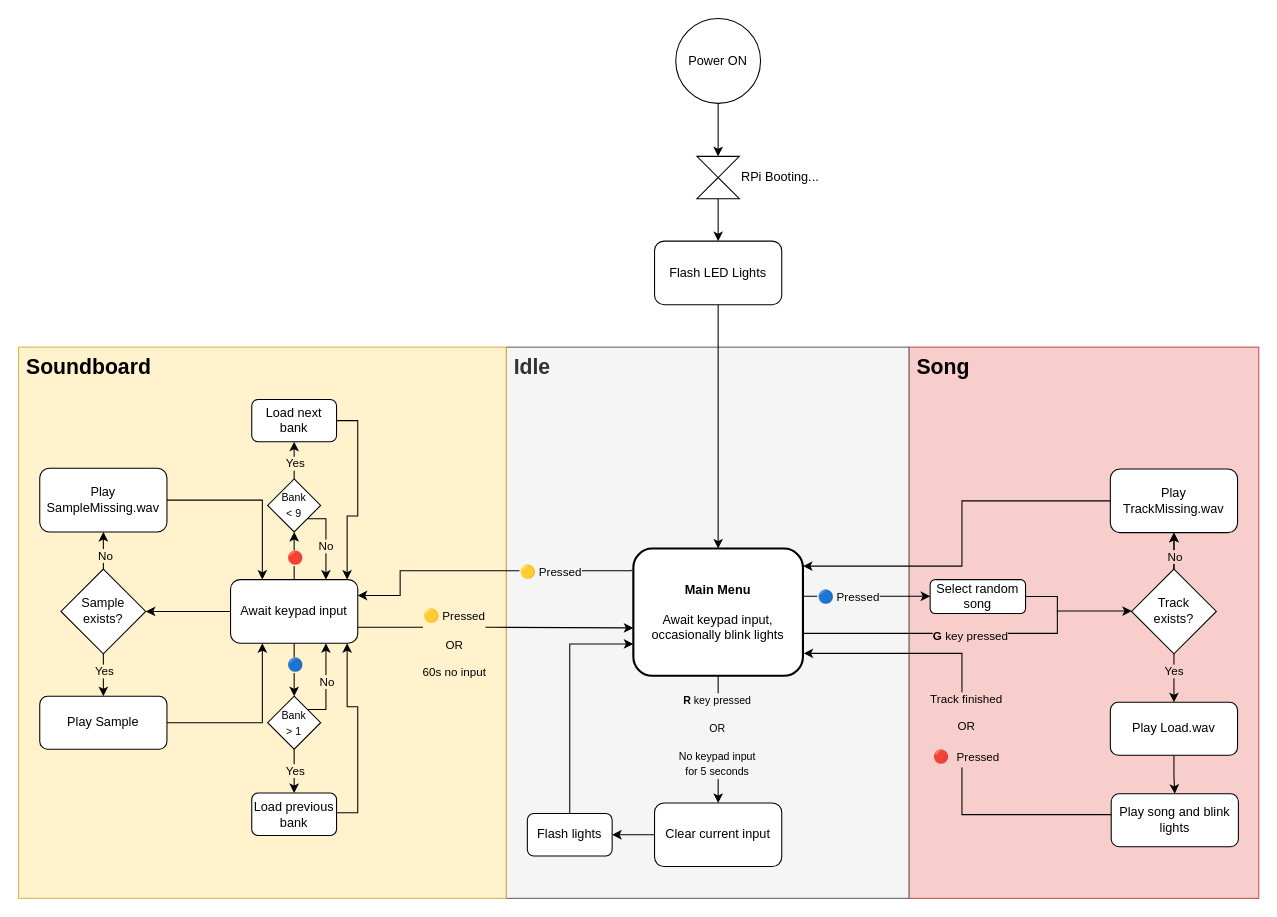
The draw.io diagram Docs/Diag.drawio in TuDo-Makerspace/Jukebox, before the edit. Source tidied: cells renumbered, new cells numbered last; positions are measured from the earlier drawing's top-left corner, leaving out a move shared by most shapes. Both pictures are drawn from the tidied source at 106%, with x=0, y=0 at pixel (18, 18).
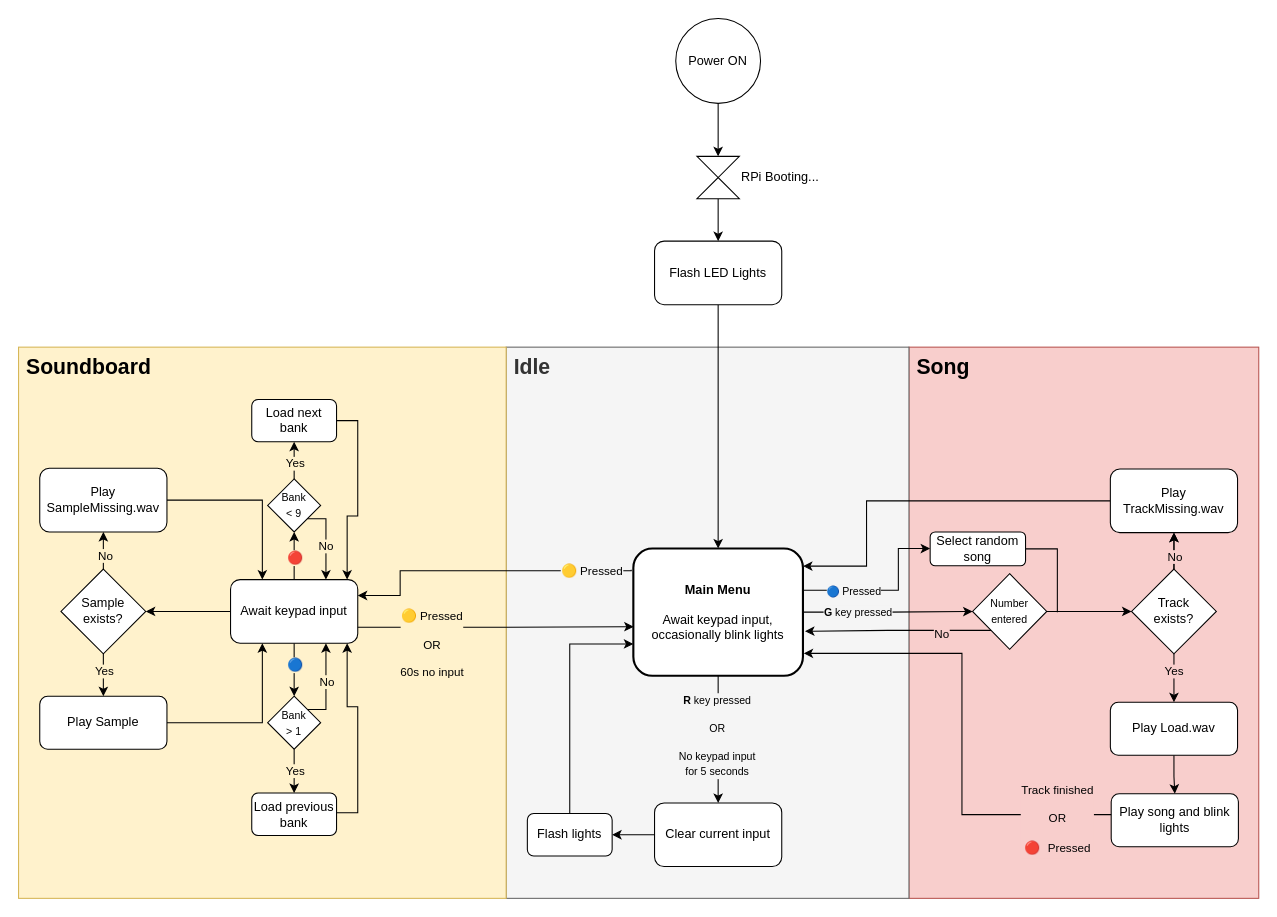
Above is the later version.

Commit message (it also covers changes not shown here):
Docs: Improve flowchart

The change refers to these unchanged cells:
```xml
<mxCell id="11" style="edgeStyle=orthogonalEdgeStyle;rounded=0;jettySize=auto;html=1;entryX=1;entryY=0.25;entryDx=0;entryDy=0;" parent="1" edge="1" target="42">
  <mxGeometry relative="1" as="geometry">
    <mxPoint x="578" y="520" as="sourcePoint" />
    <Array as="points">
      <mxPoint x="578" y="521" />
      <mxPoint x="360" y="521" />
      <mxPoint x="360" y="544" />
    </Array>
  </mxGeometry>
</mxCell>
<mxCell id="15" value="&lt;b&gt;Main Menu&lt;br&gt;&lt;/b&gt;&lt;br&gt;Await keypad input,&lt;div&gt;occasionally blink lights&lt;/div&gt;" style="rounded=1;whiteSpace=wrap;html=1;strokeWidth=2;" parent="1" vertex="1">
  <mxGeometry x="580" y="500" width="160" height="120" as="geometry" />
</mxCell>
<mxCell id="29" value="Track&lt;br&gt;exists?" style="rhombus;whiteSpace=wrap;html=1;" parent="1" vertex="1">
  <mxGeometry x="1050" y="519.3" width="80" height="80" as="geometry" />
</mxCell>
<mxCell id="31" value="Play TrackMissing.wav" style="rounded=1;whiteSpace=wrap;html=1;" parent="1" vertex="1">
  <mxGeometry x="1030" y="425" width="120" height="60" as="geometry" />
</mxCell>
<mxCell id="35" style="edgeStyle=orthogonalEdgeStyle;rounded=0;jettySize=auto;html=1;entryX=1.004;entryY=0.824;entryDx=0;entryDy=0;entryPerimeter=0;" parent="1" edge="1" source="34" target="15">
  <mxGeometry relative="1" as="geometry">
    <Array as="points">
      <mxPoint x="890" y="751" />
      <mxPoint x="890" y="599" />
    </Array>
  </mxGeometry>
</mxCell>
<mxCell id="42" value="Await keypad input" style="rounded=1;whiteSpace=wrap;html=1;" parent="1" vertex="1">
  <mxGeometry x="200" y="529.3" width="120" height="60" as="geometry" />
</mxCell>
```

Diff of the diagram source:
```diff
@@
-    <mxCell id="9" style="edgeStyle=orthogonalEdgeStyle;rounded=0;jettySize=auto;html=1;" parent="1" edge="1" source="15" target="29">
-      <mxGeometry relative="1" as="geometry">
-        <Array as="points">
-          <mxPoint x="980" y="580" />
-          <mxPoint x="980" y="559" />
-        </Array>
-      </mxGeometry>
-    </mxCell>
-    <mxCell id="10" value="&lt;b&gt;G&lt;/b&gt;&amp;nbsp;key pressed" style="edgeLabel;html=1;align=center;verticalAlign=middle;labelBackgroundColor=#F8CECC;" parent="9" vertex="1">
-      <mxGeometry x="-0.05" y="-2" relative="1" as="geometry" />
-    </mxCell>
@@
     <mxCell id="12" value="&lt;strong style=&quot;color: rgb(59, 59, 59); font-family: -apple-system, BlinkMacSystemFont, &amp;quot;Segoe WPC&amp;quot;, &amp;quot;Segoe UI&amp;quot;, system-ui, Ubuntu, &amp;quot;Droid Sans&amp;quot;, sans-serif; text-align: start; text-wrap-mode: wrap;&quot;&gt;&lt;font style=&quot;font-size: 12px;&quot;&gt;🟡&amp;nbsp;&lt;/font&gt;&lt;/strong&gt;Pressed" style="edgeLabel;html=1;align=center;verticalAlign=middle;labelBackgroundColor=#F5F5F5;" parent="11" vertex="1">
       <mxGeometry x="-0.21" y="1" relative="1" as="geometry">
-        <mxPoint x="34" y="-1" as="offset" />
+        <mxPoint x="73" y="-2" as="offset" />
       </mxGeometry>
     </mxCell>
-    <mxCell id="13" style="edgeStyle=orthogonalEdgeStyle;rounded=0;jettySize=auto;html=1;" parent="1" edge="1" source="15" target="70">
+    <mxCell id="13" style="edgeStyle=orthogonalEdgeStyle;rounded=0;jettySize=auto;html=1;" parent="1" edge="1" target="70">
       <mxGeometry relative="1" as="geometry">
+        <mxPoint x="740" y="539.3" as="sourcePoint" />
         <Array as="points">
-          <mxPoint x="750" y="545" />
-          <mxPoint x="750" y="545" />
+          <mxPoint x="830" y="539" />
+          <mxPoint x="830" y="500" />
         </Array>
       </mxGeometry>
     </mxCell>
-    <mxCell id="14" value="&lt;strong style=&quot;forced-color-adjust: none; font-size: 11px; font-style: normal; font-variant-ligatures: normal; font-variant-caps: normal; letter-spacing: normal; orphans: 2; text-indent: 0px; text-transform: none; widows: 2; word-spacing: 0px; -webkit-text-stroke-width: 0px; white-space: normal; text-decoration-thickness: initial; text-decoration-style: initial; text-decoration-color: initial; color: rgb(59, 59, 59); font-family: -apple-system, BlinkMacSystemFont, &amp;quot;Segoe WPC&amp;quot;, &amp;quot;Segoe UI&amp;quot;, system-ui, Ubuntu, &amp;quot;Droid Sans&amp;quot;, sans-serif; text-align: start;&quot;&gt;&lt;font style=&quot;forced-color-adjust: none; font-size: 12px;&quot;&gt;&lt;strong style=&quot;&quot;&gt;🔵&lt;/strong&gt;&amp;nbsp;&lt;/font&gt;&lt;/strong&gt;&lt;span style=&quot;color: rgb(0, 0, 0); font-family: Helvetica; font-size: 11px; font-style: normal; font-variant-ligatures: normal; font-variant-caps: normal; font-weight: 400; letter-spacing: normal; orphans: 2; text-align: center; text-indent: 0px; text-transform: none; widows: 2; word-spacing: 0px; -webkit-text-stroke-width: 0px; white-space: nowrap; text-decoration-thickness: initial; text-decoration-style: initial; text-decoration-color: initial; float: none; display: inline !important;&quot;&gt;Pressed&lt;/span&gt;" style="edgeLabel;html=1;align=center;verticalAlign=middle;labelBackgroundColor=#F5F5F5;" parent="13" vertex="1">
+    <mxCell id="14" value="&lt;font style=&quot;font-size: 10px;&quot;&gt;&lt;strong style=&quot;forced-color-adjust: none; font-style: normal; font-variant-ligatures: normal; font-variant-caps: normal; letter-spacing: normal; orphans: 2; text-indent: 0px; text-transform: none; widows: 2; word-spacing: 0px; -webkit-text-stroke-width: 0px; white-space: normal; text-decoration-thickness: initial; text-decoration-style: initial; text-decoration-color: initial; color: rgb(59, 59, 59); font-family: -apple-system, BlinkMacSystemFont, &amp;quot;Segoe WPC&amp;quot;, &amp;quot;Segoe UI&amp;quot;, system-ui, Ubuntu, &amp;quot;Droid Sans&amp;quot;, sans-serif; text-align: start;&quot;&gt;&lt;font style=&quot;forced-color-adjust: none;&quot;&gt;&lt;strong style=&quot;&quot;&gt;🔵&lt;/strong&gt;&amp;nbsp;&lt;/font&gt;&lt;/strong&gt;&lt;span style=&quot;color: rgb(0, 0, 0); font-family: Helvetica; font-style: normal; font-variant-ligatures: normal; font-variant-caps: normal; font-weight: 400; letter-spacing: normal; orphans: 2; text-align: center; text-indent: 0px; text-transform: none; widows: 2; word-spacing: 0px; -webkit-text-stroke-width: 0px; white-space: nowrap; text-decoration-thickness: initial; text-decoration-style: initial; text-decoration-color: initial; float: none; display: inline !important;&quot;&gt;Pressed&lt;/span&gt;&lt;/font&gt;" style="edgeLabel;html=1;align=center;verticalAlign=middle;labelBackgroundColor=#F5F5F5;" parent="13" vertex="1">
       <mxGeometry x="0.09" y="1" relative="1" as="geometry">
-        <mxPoint x="-23" y="1" as="offset" />
+        <mxPoint x="-40" y="1" as="offset" />
       </mxGeometry>
     </mxCell>
+    <mxCell id="71" style="edgeStyle=orthogonalEdgeStyle;rounded=0;jettySize=auto;html=1;" parent="1" edge="1" source="15" target="75">
+      <mxGeometry relative="1" as="geometry" />
+    </mxCell>
+    <mxCell id="10" value="&lt;span style=&quot;font-size: 10px;&quot;&gt;&lt;b&gt;G&lt;/b&gt; key pressed&lt;/span&gt;" style="edgeLabel;html=1;align=center;verticalAlign=middle;labelBackgroundColor=#F5F5F5;" parent="71" vertex="1">
+      <mxGeometry x="-0.32" y="2" relative="1" as="geometry">
+        <mxPoint x="-4" y="1" as="offset" />
+      </mxGeometry>
+    </mxCell>
@@
     <mxCell id="30" style="edgeStyle=orthogonalEdgeStyle;rounded=0;jettySize=auto;html=1;exitX=0;exitY=0.5;exitDx=0;exitDy=0;entryX=1;entryY=0.138;entryDx=0;entryDy=0;entryPerimeter=0;" parent="1" edge="1" source="31" target="15">
       <mxGeometry relative="1" as="geometry">
         <Array as="points">
-          <mxPoint x="890" y="455" />
-          <mxPoint x="890" y="517" />
-          <mxPoint x="740" y="517" />
+          <mxPoint x="800" y="455" />
+          <mxPoint x="800" y="517" />
         </Array>
       </mxGeometry>
     </mxCell>
@@
     <mxCell id="36" value="Track finished&lt;br&gt;&lt;br&gt;OR&lt;br&gt;&lt;br&gt;&lt;div style=&quot;color: rgb(59, 59, 59); font-family: &amp;quot;Droid Sans Mono&amp;quot;, &amp;quot;monospace&amp;quot;, monospace; line-height: 19px; white-space-collapse: preserve;&quot;&gt;&lt;span style=&quot;color: rgb(0, 0, 128); font-weight: bold;&quot;&gt;&lt;font style=&quot;font-size: 12px;&quot;&gt;🔴 &lt;/font&gt;&lt;/span&gt;&lt;span style=&quot;font-size: 11px; color: light-dark(rgb(0, 0, 0), rgb(255, 255, 255)); font-family: Helvetica; white-space-collapse: collapse;&quot;&gt;Pressed&lt;/span&gt;&lt;/div&gt;" style="edgeLabel;html=1;align=center;verticalAlign=middle;labelBackgroundColor=#F8CECC;" parent="35" vertex="1">
       <mxGeometry x="-0.54" y="1" relative="1" as="geometry">
-        <mxPoint x="-35" y="-82" as="offset" />
+        <mxPoint x="51" y="4" as="offset" />
       </mxGeometry>
     </mxCell>
@@
-    <mxCell id="66" style="edgeStyle=orthogonalEdgeStyle;rounded=0;jettySize=auto;html=1;exitX=1;exitY=0.75;exitDx=0;exitDy=0;entryX=0;entryY=0.624;entryDx=0;entryDy=0;entryPerimeter=0;" parent="1" edge="1" source="42" target="15">
+    <mxCell id="66" style="edgeStyle=orthogonalEdgeStyle;rounded=0;jettySize=auto;html=1;exitX=1;exitY=0.75;exitDx=0;exitDy=0;entryX=0.002;entryY=0.614;entryDx=0;entryDy=0;entryPerimeter=0;" parent="1" edge="1" source="42" target="15">
       <mxGeometry relative="1" as="geometry" />
     </mxCell>
     <mxCell id="67" value="&lt;strong style=&quot;text-wrap-mode: wrap; color: rgb(59, 59, 59); font-family: -apple-system, BlinkMacSystemFont, &amp;quot;Segoe WPC&amp;quot;, &amp;quot;Segoe UI&amp;quot;, system-ui, Ubuntu, &amp;quot;Droid Sans&amp;quot;, sans-serif; text-align: start;&quot;&gt;&lt;font style=&quot;font-size: 12px;&quot;&gt;🟡&amp;nbsp;&lt;/font&gt;&lt;/strong&gt;Pressed&lt;br&gt;&lt;br&gt;OR&lt;br&gt;&lt;br&gt;60s no input" style="edgeLabel;html=1;align=center;verticalAlign=middle;labelBackgroundColor=#FFF2CC;" parent="66" vertex="1">
       <mxGeometry x="-0.18" y="1" relative="1" as="geometry">
-        <mxPoint x="-17" y="16" as="offset" />
+        <mxPoint x="-38" y="16" as="offset" />
       </mxGeometry>
     </mxCell>
@@
-    <mxCell id="69" style="edgeStyle=orthogonalEdgeStyle;rounded=0;jettySize=auto;html=1;endArrow=none;startFill=0;" parent="1" edge="1" source="70">
+    <mxCell id="69" style="edgeStyle=orthogonalEdgeStyle;rounded=0;jettySize=auto;html=1;endArrow=none;startFill=0;exitX=1;exitY=0.5;exitDx=0;exitDy=0;" parent="1" edge="1" source="70">
       <mxGeometry relative="1" as="geometry">
         <mxPoint x="980" y="560" as="targetPoint" />
         <Array as="points">
-          <mxPoint x="980" y="545" />
+          <mxPoint x="980" y="500" />
         </Array>
       </mxGeometry>
     </mxCell>
     <mxCell id="70" value="Select random song" style="rounded=1;whiteSpace=wrap;html=1;" parent="1" vertex="1">
-      <mxGeometry x="860" y="529.3" width="90" height="32" as="geometry" />
+      <mxGeometry x="860" y="484.3" width="90" height="32" as="geometry" />
     </mxCell>
+    <mxCell id="72" style="edgeStyle=orthogonalEdgeStyle;rounded=0;jettySize=auto;html=1;exitX=0;exitY=1;exitDx=0;exitDy=0;entryX=1.012;entryY=0.65;entryDx=0;entryDy=0;entryPerimeter=0;" parent="1" edge="1" source="75" target="15">
+      <mxGeometry relative="1" as="geometry" />
+    </mxCell>
+    <mxCell id="73" value="No" style="edgeLabel;html=1;align=center;verticalAlign=middle;labelBackgroundColor=light-dark(#F8CECC,#EDEDED);" parent="72" vertex="1">
+      <mxGeometry x="0.06" y="1" relative="1" as="geometry">
+        <mxPoint x="46" y="2" as="offset" />
+      </mxGeometry>
+    </mxCell>
+    <mxCell id="74" style="edgeStyle=orthogonalEdgeStyle;rounded=0;jettySize=auto;html=1;" parent="1" edge="1" source="75" target="29">
+      <mxGeometry relative="1" as="geometry" />
+    </mxCell>
+    <mxCell id="75" value="&lt;font size=&quot;1&quot;&gt;Number entered&lt;/font&gt;" style="rhombus;whiteSpace=wrap;html=1;" parent="1" vertex="1">
+      <mxGeometry x="900" y="523.7" width="70" height="71.3" as="geometry" />
+    </mxCell>
```
